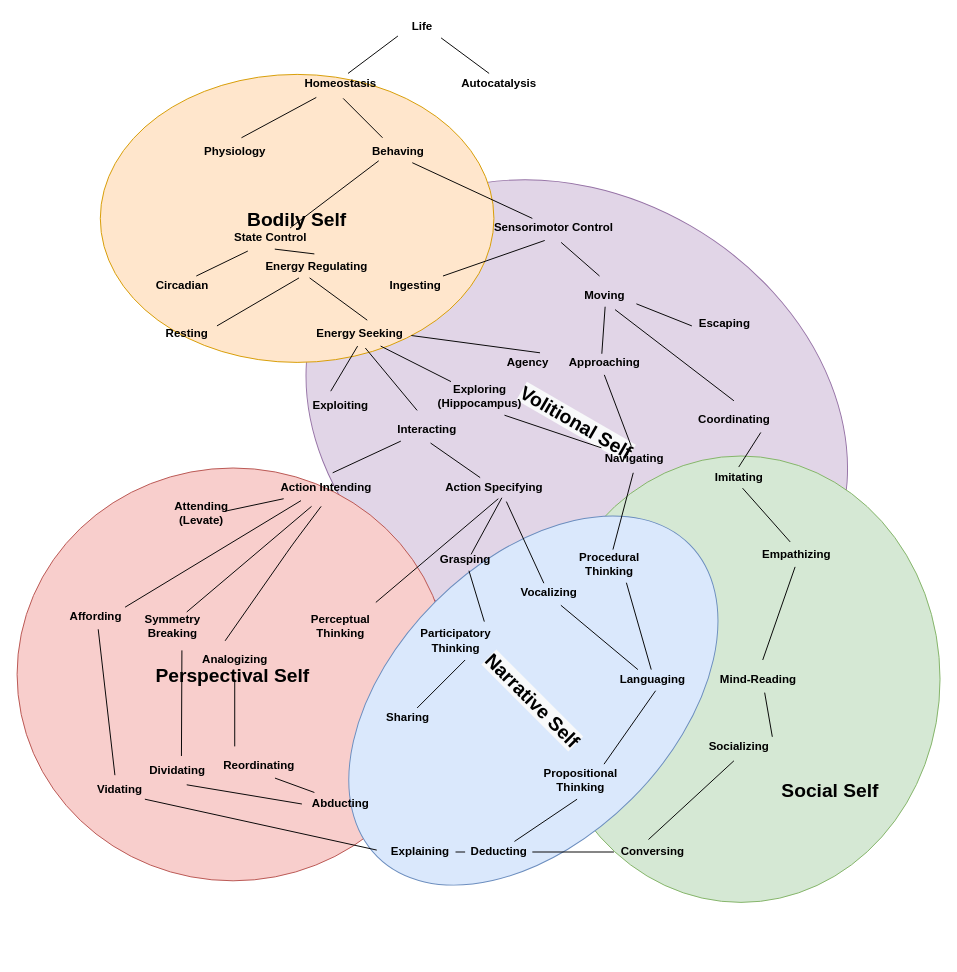
Before: self_evolution.drawio in codeaudit/1, a draw.io diagram. Source tidied: cells renumbered, new cells numbered last; positions are measured from the earlier drawing's top-left corner, leaving out a move shared by most shapes. Both pictures are drawn from the tidied source at 96%, with x=0, y=0 at pixel (16, 16).
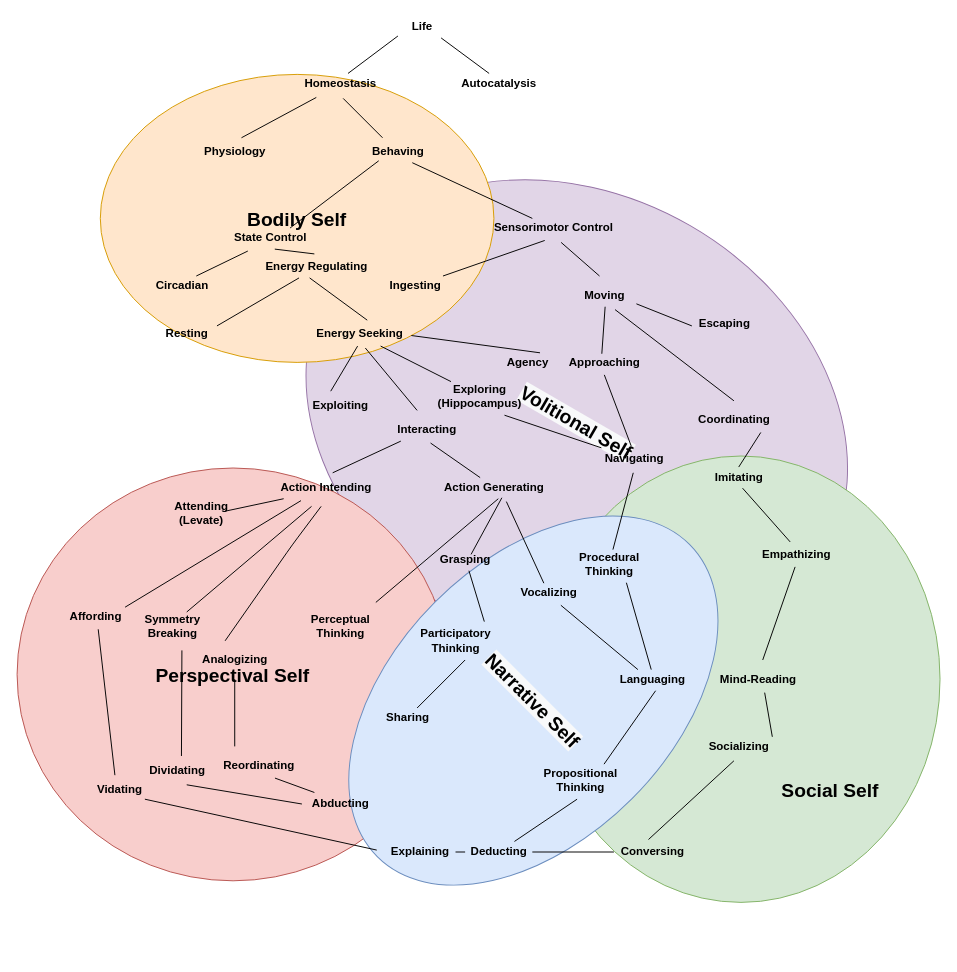
The same page after the edit.

What changed in the source:
```diff
@@
-    <mxCell id="27" value="Action Specifying" style="text;html=1;align=center;verticalAlign=middle;points=[];fontStyle=1;" parent="1" vertex="1">
+    <mxCell id="27" value="Action Generating" style="text;html=1;align=center;verticalAlign=middle;points=[];fontStyle=1;" parent="1" vertex="1">
       <mxGeometry x="437" y="480" width="120" height="20" as="geometry" />
     </mxCell>
```
